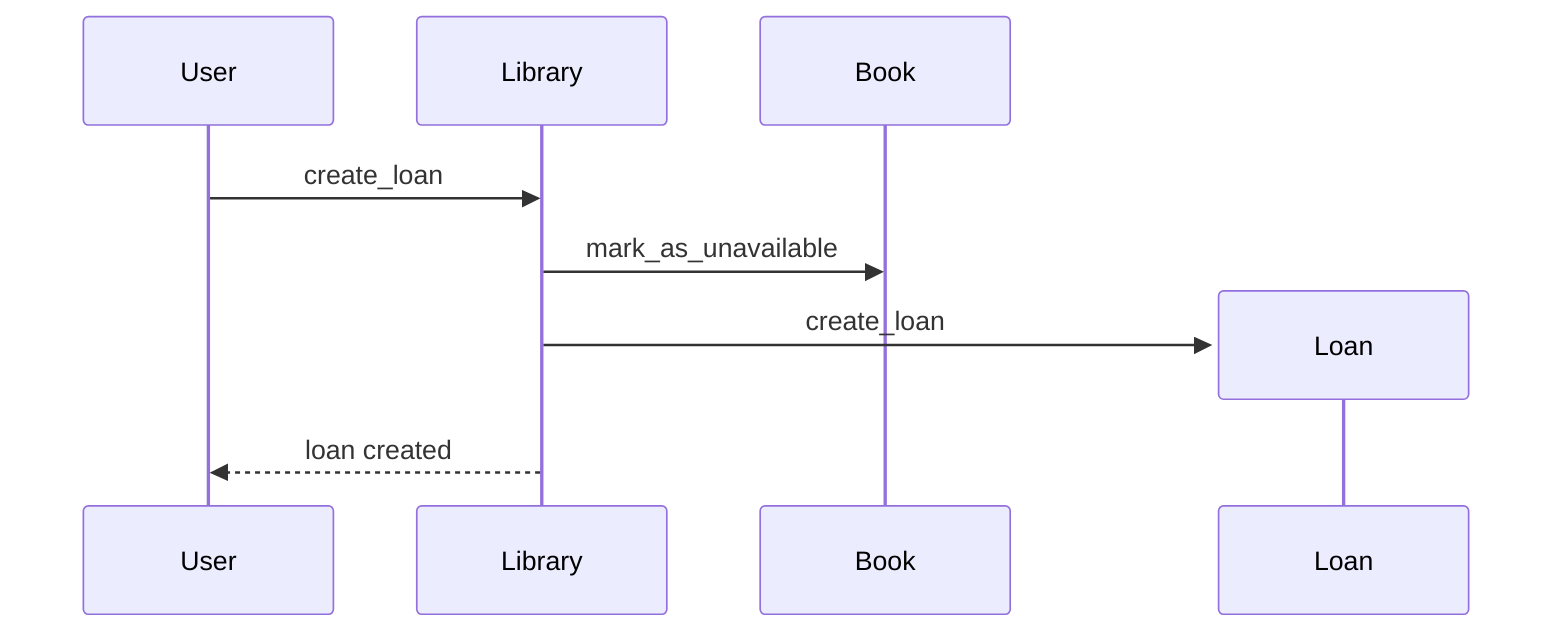
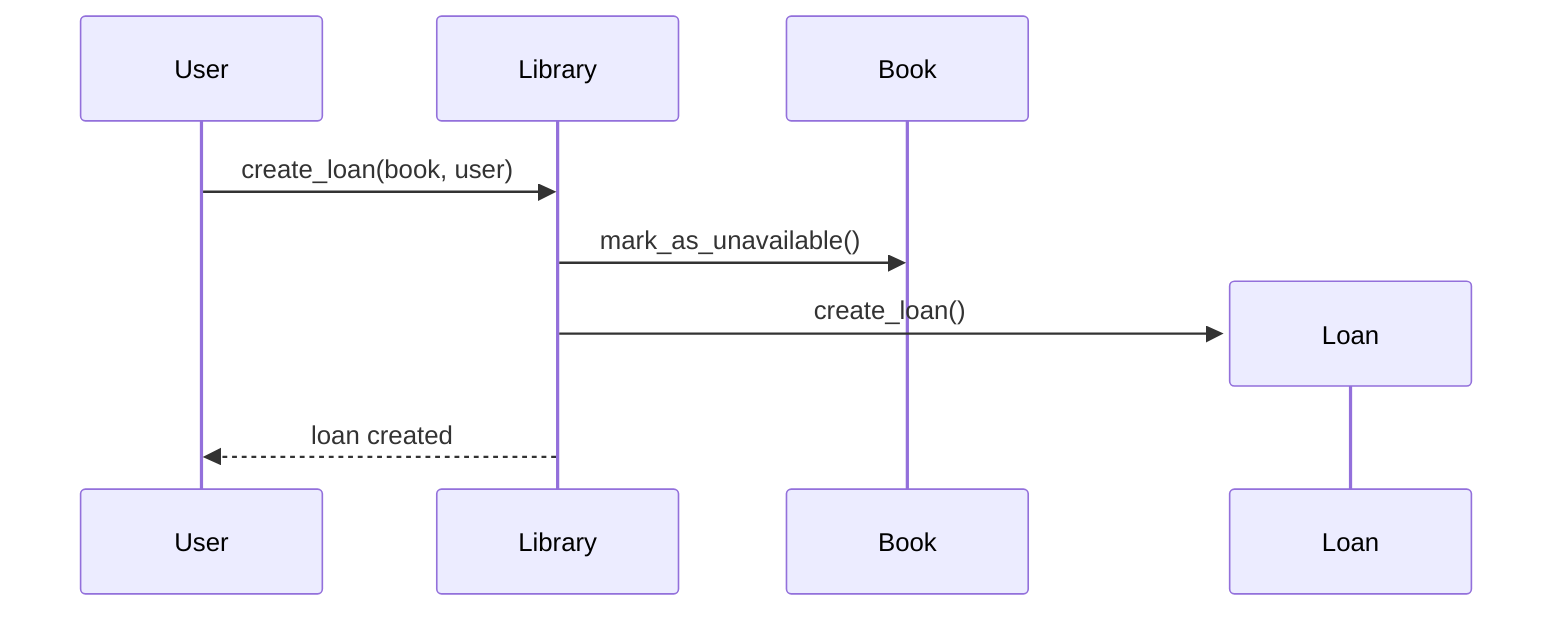
sequenceDiagram
-     participant User
-     participant Library
-     participant Book

-     User->>Library: create_loan
-     Library->>Book: mark_as_unavailable
-     create participant Loan
-     Library->>Loan: create_loan
-     Library-->>User: loan created
+ participant User
+ participant Library
+ participant Book
+ 
+ User->>Library: create_loan(book, user)
+ Library->>Book: mark_as_unavailable()
+ 
+ create participant Loan
+ Library->>Loan: create_loan()
+ 
+ Library-->>User: loan created
